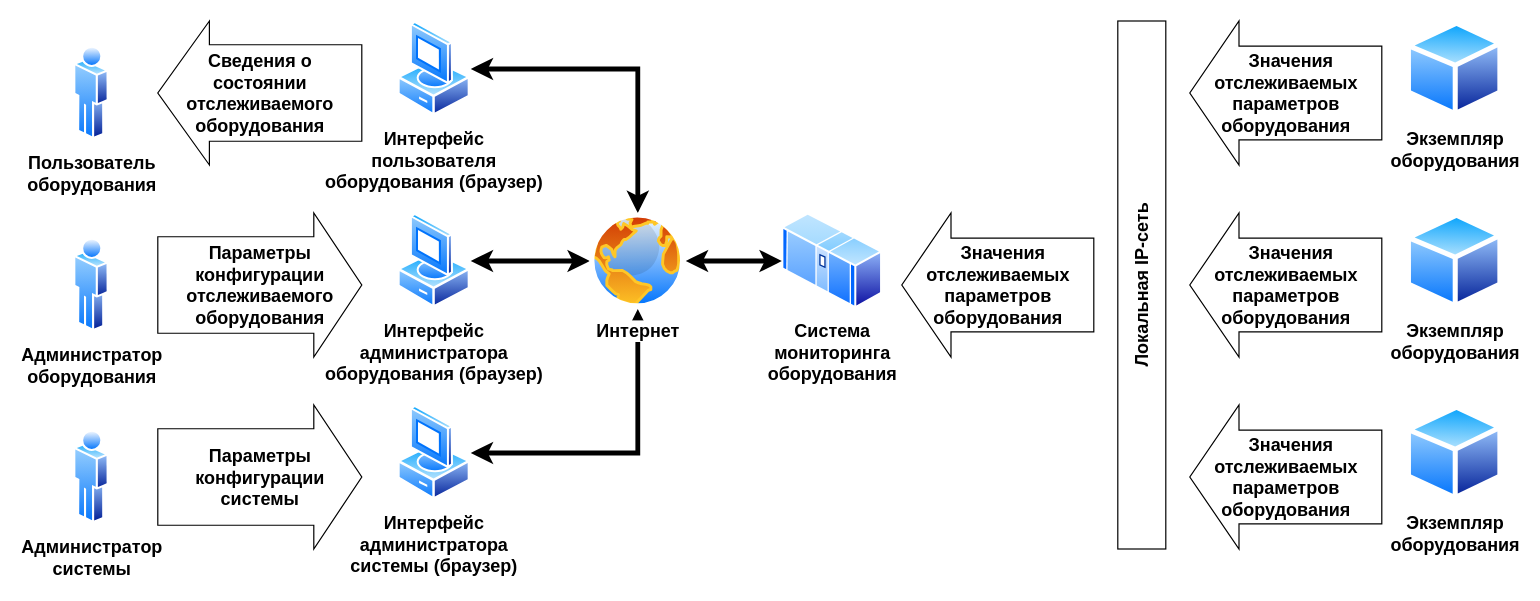
Above: diag.drawio in qwerfah/software-engineering-methodology (draw.io), before the change. Source tidied: cells renumbered, new cells numbered last; positions are measured from the earlier drawing's top-left corner, leaving out a move shared by most shapes. Both pictures are drawn from the tidied source at 120%, with x=0, y=0 at pixel (73, 20).
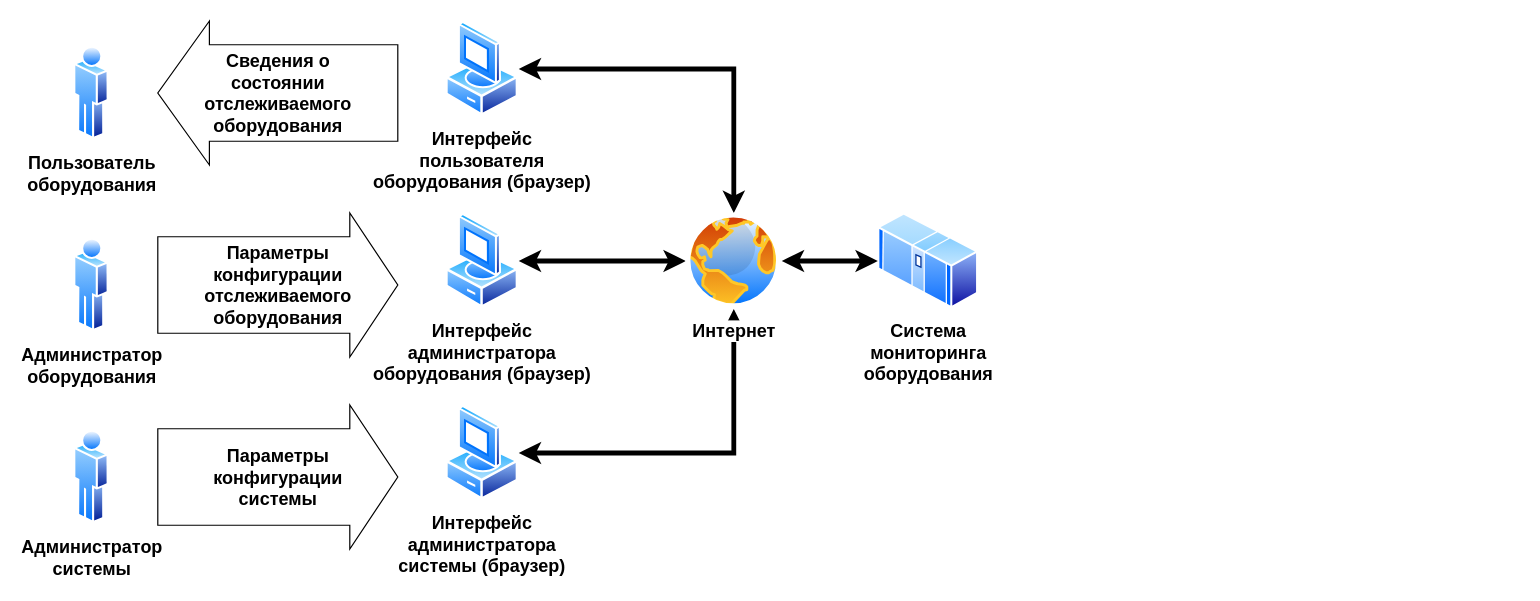
After the change.

Diff of the diagram source:
```diff
@@
     <mxCell id="2" value="Система &lt;br style=&quot;font-size: 15px;&quot;&gt;мониторинга&lt;br style=&quot;font-size: 15px;&quot;&gt;оборудования" style="perimeter=ellipsePerimeter;html=1;align=center;shadow=0;dashed=0;spacingTop=3;image;image=img/lib/active_directory/mainframe.svg;fontSize=15;fontStyle=1;" parent="1" vertex="1">
-      <mxGeometry x="590" y="160" width="84.2" height="80" as="geometry" />
+      <mxGeometry x="670" y="160" width="84.2" height="80" as="geometry" />
     </mxCell>
@@
     <mxCell id="7" value="Интерфейс &lt;br style=&quot;font-size: 15px;&quot;&gt;пользователя&lt;br style=&quot;font-size: 15px;&quot;&gt;оборудования (браузер)" style="perimeter=ellipsePerimeter;html=1;align=center;shadow=0;dashed=0;spacingTop=3;image;image=img/lib/active_directory/vista_client.svg;fontSize=15;fontStyle=1;" parent="1" vertex="1">
-      <mxGeometry x="270" width="60.8" height="80" as="geometry" />
+      <mxGeometry x="310" width="60.8" height="80" as="geometry" />
     </mxCell>
@@
     <mxCell id="9" value="Интерфейс &lt;br style=&quot;font-size: 15px;&quot;&gt;администратора&lt;br style=&quot;font-size: 15px;&quot;&gt;оборудования (браузер)" style="perimeter=ellipsePerimeter;html=1;align=center;shadow=0;dashed=0;spacingTop=3;image;image=img/lib/active_directory/vista_client.svg;fontSize=15;fontStyle=1;" parent="1" vertex="1">
-      <mxGeometry x="270" y="160" width="60.8" height="80" as="geometry" />
+      <mxGeometry x="310" y="160" width="60.8" height="80" as="geometry" />
     </mxCell>
@@
     <mxCell id="11" value="Интерфейс &lt;br style=&quot;font-size: 15px;&quot;&gt;администратора&lt;br style=&quot;font-size: 15px;&quot;&gt;системы (браузер)" style="perimeter=ellipsePerimeter;html=1;align=center;shadow=0;dashed=0;spacingTop=3;image;image=img/lib/active_directory/vista_client.svg;fontSize=15;fontStyle=1;" parent="1" vertex="1">
-      <mxGeometry x="270" y="320" width="60.8" height="80" as="geometry" />
+      <mxGeometry x="310" y="320" width="60.8" height="80" as="geometry" />
     </mxCell>
     <mxCell id="12" value="Параметры &lt;br style=&quot;font-size: 15px;&quot;&gt;конфигурации&lt;br style=&quot;font-size: 15px;&quot;&gt;системы" style="html=1;shadow=0;dashed=0;align=center;verticalAlign=middle;shape=mxgraph.arrows2.arrow;dy=0.33;dx=40;notch=0;fontSize=15;fontStyle=1;" parent="1" vertex="1">
-      <mxGeometry x="70" y="320" width="170" height="120" as="geometry" />
+      <mxGeometry x="70" y="320" width="200" height="120" as="geometry" />
     </mxCell>
     <mxCell id="13" value="Сведения о &lt;br style=&quot;font-size: 15px;&quot;&gt;состоянии &lt;br style=&quot;font-size: 15px;&quot;&gt;отслеживаемого &lt;br style=&quot;font-size: 15px;&quot;&gt;оборудования" style="html=1;shadow=0;dashed=0;align=center;verticalAlign=middle;shape=mxgraph.arrows2.arrow;dy=0.33;dx=43;flipH=1;notch=0;fontSize=15;fontStyle=1;" parent="1" vertex="1">
-      <mxGeometry x="70" width="170" height="120" as="geometry" />
+      <mxGeometry x="70" width="200" height="120" as="geometry" />
     </mxCell>
     <mxCell id="14" value="Параметры &lt;br style=&quot;font-size: 15px;&quot;&gt;конфигурации&lt;br style=&quot;font-size: 15px;&quot;&gt;отслеживаемого&lt;br style=&quot;font-size: 15px;&quot;&gt;оборудования" style="html=1;shadow=0;dashed=0;align=center;verticalAlign=middle;shape=mxgraph.arrows2.arrow;dy=0.33;dx=40;notch=0;fontSize=15;fontStyle=1;" parent="1" vertex="1">
-      <mxGeometry x="70" y="160" width="170" height="120" as="geometry" />
+      <mxGeometry x="70" y="160" width="200" height="120" as="geometry" />
     </mxCell>
@@
     <mxCell id="16" value="Интернет" style="perimeter=ellipsePerimeter;html=1;align=center;shadow=0;dashed=0;spacingTop=3;image;image=img/lib/active_directory/internet_globe.svg;fontSize=15;fontStyle=1;" parent="1" vertex="1">
-      <mxGeometry x="430" y="160" width="80" height="80" as="geometry" />
+      <mxGeometry x="510" y="160" width="80" height="80" as="geometry" />
     </mxCell>
-    <mxCell id="17" value="Локальная IP-сеть" style="rounded=0;whiteSpace=wrap;html=1;rotation=-90;fontSize=15;fontStyle=1;" parent="1" vertex="1">
-      <mxGeometry x="670" y="200" width="440" height="40" as="geometry" />
-    </mxCell>
-    <mxCell id="18" value="&amp;nbsp; Значения &lt;br style=&quot;font-size: 15px;&quot;&gt;отслеживаемых &lt;br style=&quot;font-size: 15px;&quot;&gt;параметров &lt;br style=&quot;font-size: 15px;&quot;&gt;оборудования" style="html=1;shadow=0;dashed=0;align=center;verticalAlign=middle;shape=mxgraph.arrows2.arrow;dy=0.35;dx=41;flipH=1;notch=0;fontSize=15;fontStyle=1;" parent="1" vertex="1">
-      <mxGeometry x="690" y="160" width="160" height="120" as="geometry" />
-    </mxCell>
-    <mxCell id="19" value="Экземпляр&lt;br style=&quot;font-size: 15px;&quot;&gt;оборудования" style="perimeter=ellipsePerimeter;html=1;align=center;shadow=0;dashed=0;spacingTop=3;image;image=img/lib/active_directory/generic_node.svg;fontSize=15;fontStyle=1;" parent="1" vertex="1">
-      <mxGeometry x="1110" width="81.6" height="80" as="geometry" />
-    </mxCell>
-    <mxCell id="20" value="Экземпляр&lt;br style=&quot;font-size: 15px;&quot;&gt;оборудования" style="perimeter=ellipsePerimeter;html=1;align=center;shadow=0;dashed=0;spacingTop=3;image;image=img/lib/active_directory/generic_node.svg;fontSize=15;fontStyle=1;" parent="1" vertex="1">
-      <mxGeometry x="1110" y="160" width="81.6" height="80" as="geometry" />
-    </mxCell>
-    <mxCell id="21" value="Экземпляр&lt;br style=&quot;font-size: 15px;&quot;&gt;оборудования" style="perimeter=ellipsePerimeter;html=1;align=center;shadow=0;dashed=0;spacingTop=3;image;image=img/lib/active_directory/generic_node.svg;fontSize=15;fontStyle=1;" parent="1" vertex="1">
-      <mxGeometry x="1110" y="320" width="81.6" height="80" as="geometry" />
-    </mxCell>
-    <mxCell id="22" value="&amp;nbsp; Значения &lt;br style=&quot;font-size: 15px;&quot;&gt;отслеживаемых &lt;br style=&quot;font-size: 15px;&quot;&gt;параметров &lt;br style=&quot;font-size: 15px;&quot;&gt;оборудования" style="html=1;shadow=0;dashed=0;align=center;verticalAlign=middle;shape=mxgraph.arrows2.arrow;dy=0.35;dx=41;flipH=1;notch=0;fontSize=15;fontStyle=1;" parent="1" vertex="1">
-      <mxGeometry x="930" width="160" height="120" as="geometry" />
-    </mxCell>
-    <mxCell id="23" value="&amp;nbsp; Значения &lt;br style=&quot;font-size: 15px;&quot;&gt;отслеживаемых &lt;br style=&quot;font-size: 15px;&quot;&gt;параметров &lt;br style=&quot;font-size: 15px;&quot;&gt;оборудования" style="html=1;shadow=0;dashed=0;align=center;verticalAlign=middle;shape=mxgraph.arrows2.arrow;dy=0.35;dx=41;flipH=1;notch=0;fontSize=15;fontStyle=1;" parent="1" vertex="1">
-      <mxGeometry x="930" y="160" width="160" height="120" as="geometry" />
-    </mxCell>
-    <mxCell id="24" value="&amp;nbsp; Значения &lt;br style=&quot;font-size: 15px;&quot;&gt;отслеживаемых &lt;br style=&quot;font-size: 15px;&quot;&gt;параметров &lt;br style=&quot;font-size: 15px;&quot;&gt;оборудования" style="html=1;shadow=0;dashed=0;align=center;verticalAlign=middle;shape=mxgraph.arrows2.arrow;dy=0.35;dx=41;flipH=1;notch=0;fontSize=15;fontStyle=1;" parent="1" vertex="1">
-      <mxGeometry x="930" y="320" width="160" height="120" as="geometry" />
-    </mxCell>
```
